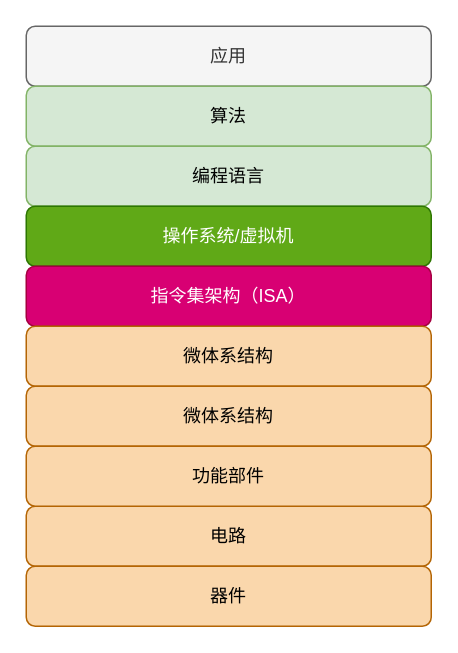
The draw.io diagram csapp.drawio in Fanziyang-v/hello-world, before the edit. Source tidied: cells renumbered, new cells numbered last; positions are measured from the earlier drawing's top-left corner, leaving out a move shared by most shapes. Both pictures are drawn from the tidied source at 150%, with x=0, y=0 at pixel (26, 26).
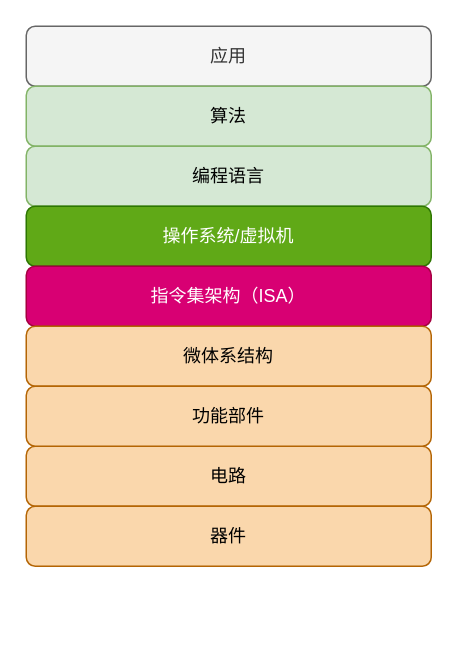
Above is the later version.

The edit, as a diff of the source:
```diff
@@
 <mxGraphModel>
   <root>
     <mxCell id="0" />
     <mxCell id="1" parent="0" />
     <mxCell id="2" value="应用" style="rounded=1;whiteSpace=wrap;html=1;fillColor=#f5f5f5;fontColor=#333333;strokeColor=#666666;" parent="1" vertex="1">
       <mxGeometry width="270" height="40" as="geometry" />
     </mxCell>
     <mxCell id="3" value="算法" style="rounded=1;whiteSpace=wrap;html=1;fillColor=#d5e8d4;strokeColor=#82b366;" parent="1" vertex="1">
       <mxGeometry y="40" width="270" height="40" as="geometry" />
     </mxCell>
     <mxCell id="4" value="编程语言" style="rounded=1;whiteSpace=wrap;html=1;fillColor=#d5e8d4;strokeColor=#82b366;" parent="1" vertex="1">
       <mxGeometry y="80" width="270" height="40" as="geometry" />
     </mxCell>
     <mxCell id="5" value="操作系统/虚拟机" style="rounded=1;whiteSpace=wrap;html=1;fillColor=#60a917;strokeColor=#2D7600;fontColor=#ffffff;" parent="1" vertex="1">
       <mxGeometry y="120" width="270" height="40" as="geometry" />
     </mxCell>
     <mxCell id="6" value="指令集架构（ISA）" style="rounded=1;whiteSpace=wrap;html=1;fillColor=#d80073;strokeColor=#A50040;fontColor=#ffffff;" parent="1" vertex="1">
       <mxGeometry y="160" width="270" height="40" as="geometry" />
     </mxCell>
     <mxCell id="7" value="微体系结构" style="rounded=1;whiteSpace=wrap;html=1;fillColor=#fad7ac;strokeColor=#b46504;" parent="1" vertex="1">
       <mxGeometry y="200" width="270" height="40" as="geometry" />
     </mxCell>
-    <mxCell id="8" value="微体系结构" style="rounded=1;whiteSpace=wrap;html=1;fillColor=#fad7ac;strokeColor=#b46504;" parent="1" vertex="1">
-      <mxGeometry y="240" width="270" height="40" as="geometry" />
-    </mxCell>
     <mxCell id="9" value="电路" style="rounded=1;whiteSpace=wrap;html=1;fillColor=#fad7ac;strokeColor=#b46504;" parent="1" vertex="1">
-      <mxGeometry y="320" width="270" height="40" as="geometry" />
+      <mxGeometry y="280" width="270" height="40" as="geometry" />
     </mxCell>
     <mxCell id="10" value="功能部件" style="rounded=1;whiteSpace=wrap;html=1;fillColor=#fad7ac;strokeColor=#b46504;" parent="1" vertex="1">
-      <mxGeometry y="280" width="270" height="40" as="geometry" />
+      <mxGeometry y="240" width="270" height="40" as="geometry" />
     </mxCell>
     <mxCell id="11" value="器件" style="rounded=1;whiteSpace=wrap;html=1;fillColor=#fad7ac;strokeColor=#b46504;" parent="1" vertex="1">
-      <mxGeometry y="360" width="270" height="40" as="geometry" />
+      <mxGeometry y="320" width="270" height="40" as="geometry" />
     </mxCell>
   </root>
 </mxGraphModel>
```
